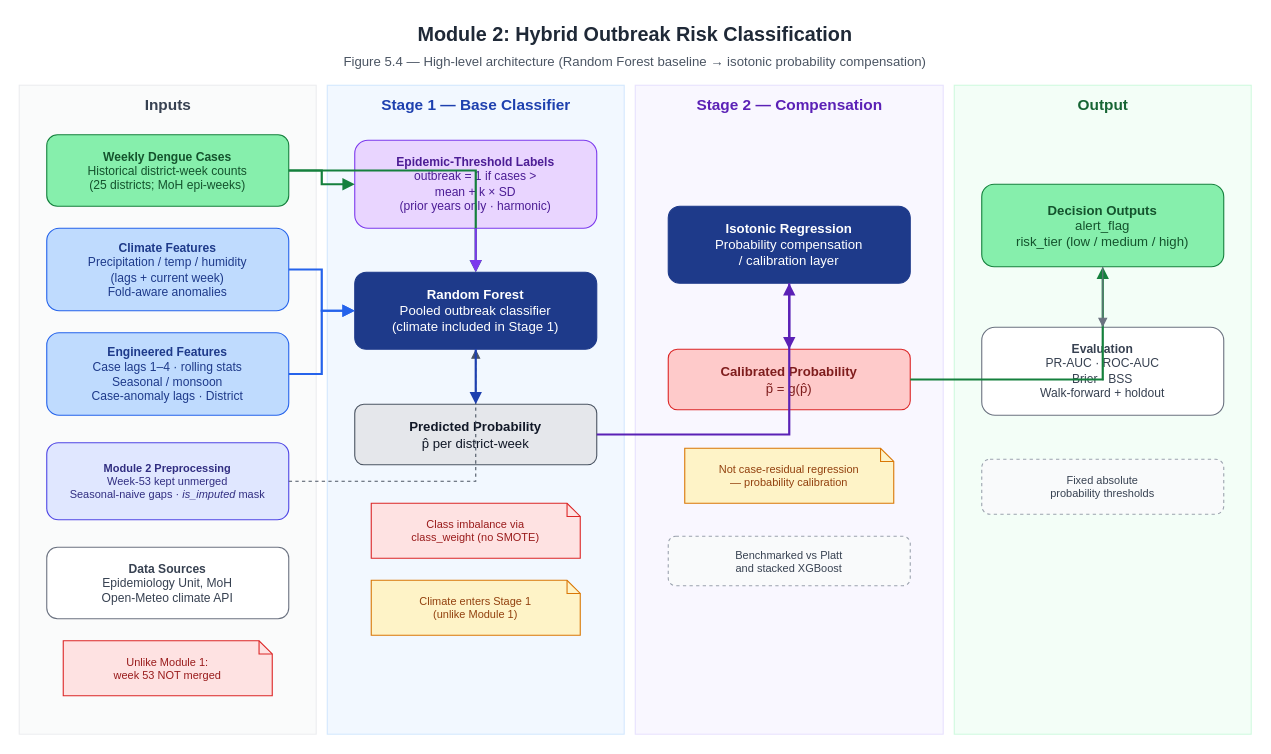
The draw.io diagram research_context/report_drafts/diagrams/figure_5_4_module2_architecture.drawio in CodexonB21/Dengue_Risk_Prediction_Framework, before the edit. Source tidied: cells renumbered, new cells numbered last; positions are measured from the earlier drawing's top-left corner, leaving out a move shared by most shapes. Both pictures are drawn from the tidied source at 110%, with x=0, y=0 at pixel (19, 19).
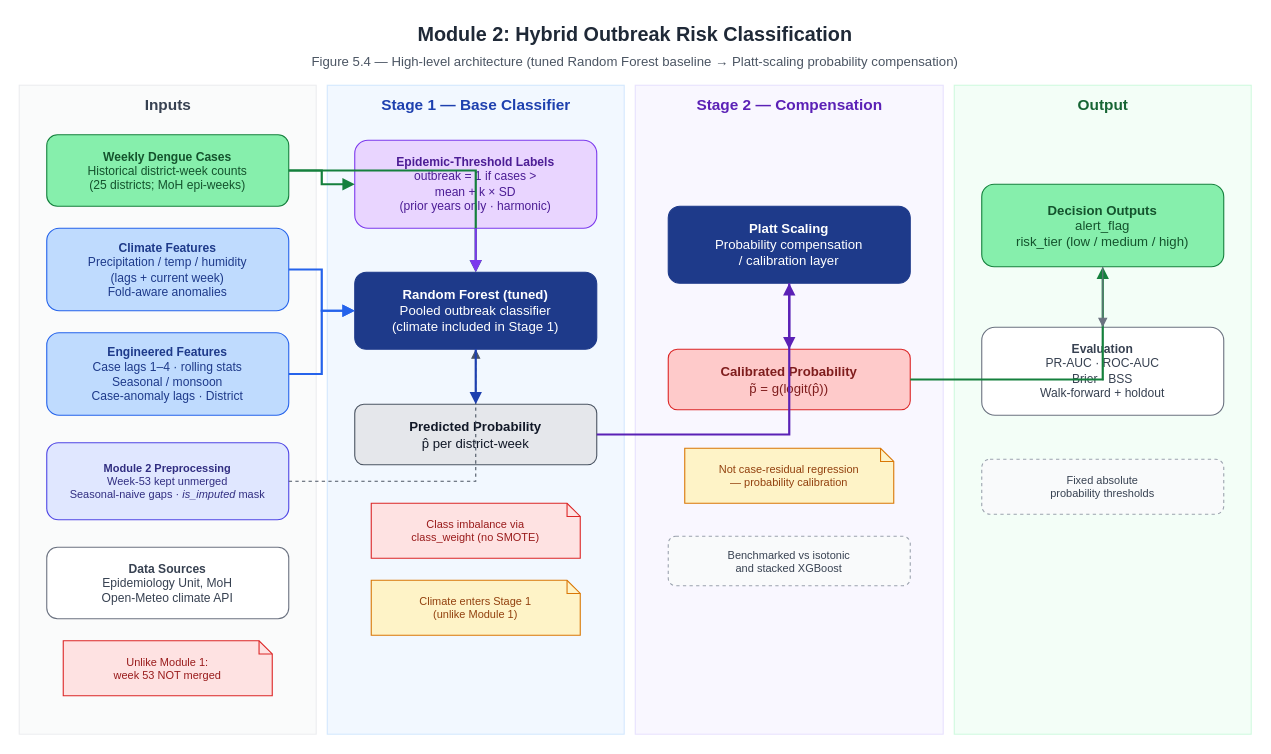
The same diagram, later.

The edit, as a diff of the source:
```diff
@@
-    <mxCell id="3" value="Figure 5.4 — High-level architecture (Random Forest baseline → isotonic probability compensation)" style="text;html=1;strokeColor=none;fillColor=none;align=center;verticalAlign=middle;whiteSpace=wrap;rounded=0;fontSize=12;fontColor=#4B5563;" parent="1" vertex="1">
+    <mxCell id="3" value="Figure 5.4 — High-level architecture (tuned Random Forest baseline → Platt-scaling probability compensation)" style="text;html=1;strokeColor=none;fillColor=none;align=center;verticalAlign=middle;whiteSpace=wrap;rounded=0;fontSize=12;fontColor=#4B5563;" parent="1" vertex="1">
       <mxGeometry x="180" y="28" width="760" height="22" as="geometry" />
     </mxCell>
@@
-    <mxCell id="19" value="&lt;b&gt;Random Forest&lt;/b&gt;&lt;br&gt;Pooled outbreak classifier&lt;br&gt;(climate included in Stage 1)" style="rounded=1;whiteSpace=wrap;html=1;fillColor=#1E3A8A;strokeColor=#1E3A8A;fontColor=#FFFFFF;fontSize=12;align=center;" parent="1" vertex="1">
+    <mxCell id="19" value="&lt;b&gt;Random Forest (tuned)&lt;/b&gt;&lt;br&gt;Pooled outbreak classifier&lt;br&gt;(climate included in Stage 1)" style="rounded=1;whiteSpace=wrap;html=1;fillColor=#1E3A8A;strokeColor=#1E3A8A;fontColor=#FFFFFF;fontSize=12;align=center;" parent="1" vertex="1">
       <mxGeometry x="305" y="230" width="220" height="70" as="geometry" />
     </mxCell>
@@
-    <mxCell id="23" value="&lt;b&gt;Isotonic Regression&lt;/b&gt;&lt;br&gt;Probability compensation&lt;br&gt;/ calibration layer" style="rounded=1;whiteSpace=wrap;html=1;fillColor=#1E3A8A;strokeColor=#1E3A8A;fontColor=#FFFFFF;fontSize=12;align=center;" parent="1" vertex="1">
+    <mxCell id="23" value="&lt;b&gt;Platt Scaling&lt;/b&gt;&lt;br&gt;Probability compensation&lt;br&gt;/ calibration layer" style="rounded=1;whiteSpace=wrap;html=1;fillColor=#1E3A8A;strokeColor=#1E3A8A;fontColor=#FFFFFF;fontSize=12;align=center;" parent="1" vertex="1">
       <mxGeometry x="590" y="170" width="220" height="70" as="geometry" />
     </mxCell>
-    <mxCell id="24" value="&lt;b&gt;Calibrated Probability&lt;/b&gt;&lt;br&gt;p̃ = g(p̂)" style="rounded=1;whiteSpace=wrap;html=1;fillColor=#FECACA;strokeColor=#DC2626;fontColor=#7F1D1D;fontSize=12;align=center;" parent="1" vertex="1">
+    <mxCell id="24" value="&lt;b&gt;Calibrated Probability&lt;/b&gt;&lt;br&gt;p̃ = g(logit(p̂))" style="rounded=1;whiteSpace=wrap;html=1;fillColor=#FECACA;strokeColor=#DC2626;fontColor=#7F1D1D;fontSize=12;align=center;" parent="1" vertex="1">
       <mxGeometry x="590" y="300" width="220" height="55" as="geometry" />
     </mxCell>
@@
-    <mxCell id="26" value="Benchmarked vs Platt&lt;br&gt;and stacked XGBoost" style="rounded=1;whiteSpace=wrap;html=1;fillColor=#F9FAFB;strokeColor=#9CA3AF;fontColor=#374151;fontSize=10;align=center;dashed=1;" parent="1" vertex="1">
+    <mxCell id="26" value="Benchmarked vs isotonic&lt;br&gt;and stacked XGBoost" style="rounded=1;whiteSpace=wrap;html=1;fillColor=#F9FAFB;strokeColor=#9CA3AF;fontColor=#374151;fontSize=10;align=center;dashed=1;" parent="1" vertex="1">
       <mxGeometry x="590" y="470" width="220" height="45" as="geometry" />
     </mxCell>
```
